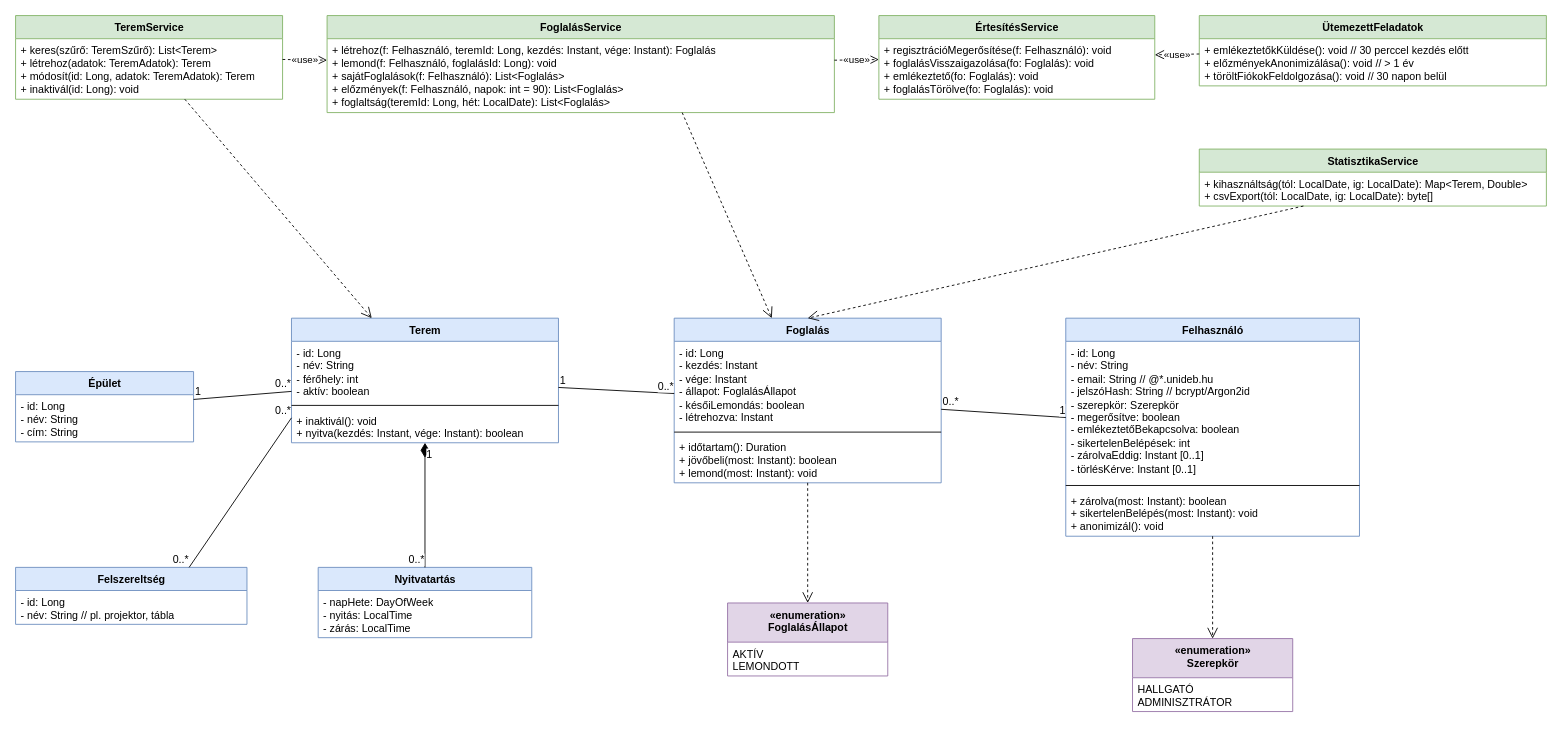
The draw.io diagram docs/architecture/osztalydiagram.drawio in hegedussz/taksflow, before the edit. Source tidied: cells renumbered, new cells numbered last; positions are measured from the earlier drawing's top-left corner, leaving out a move shared by most shapes. Both pictures are drawn from the tidied source at 89%, with x=0, y=0 at pixel (15, 15).
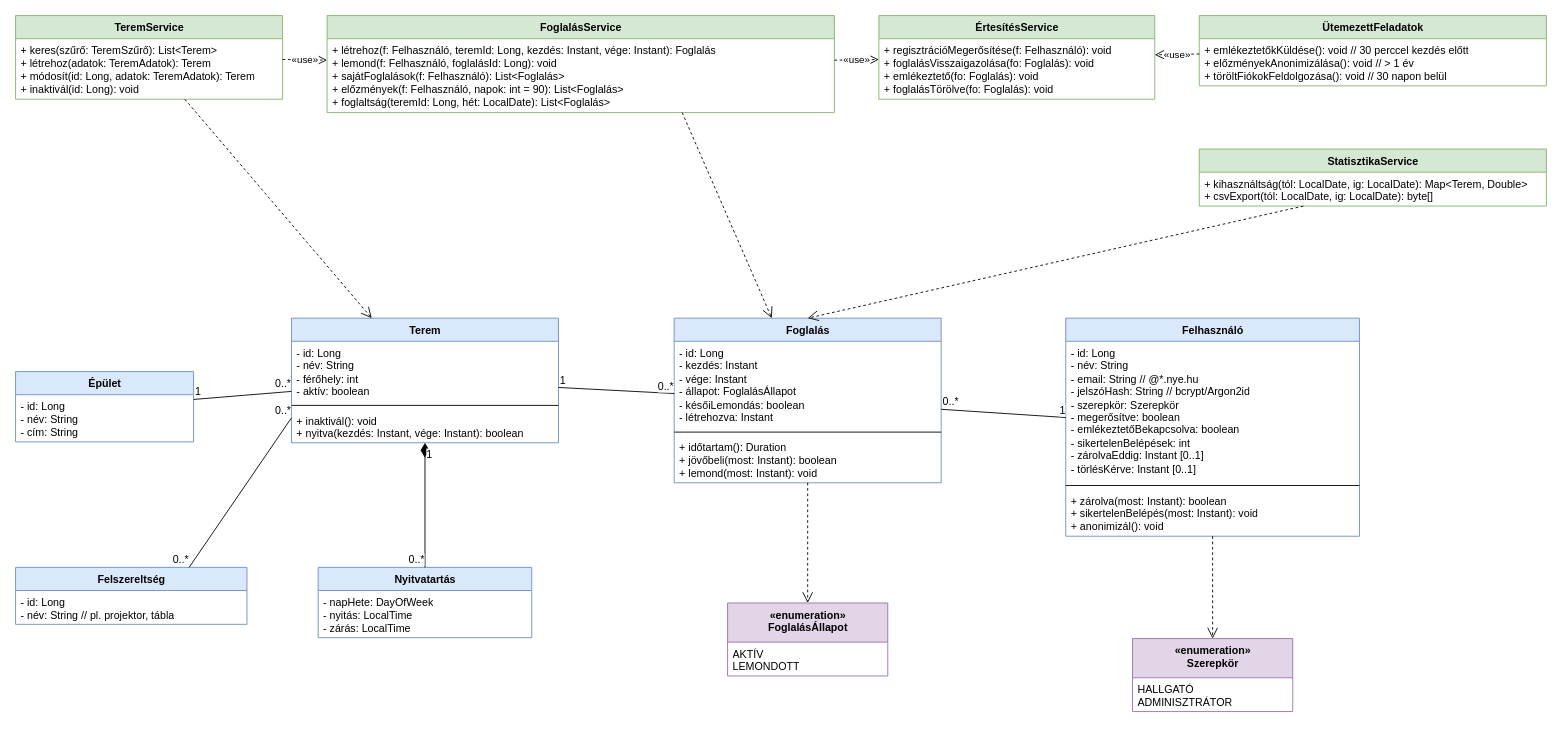
Above is the later version.

Unchanged cells that the change refers to:
```xml
<mxCell id="26" value="Felhasználó" style="swimlane;html=1;align=center;verticalAlign=top;horizontal=1;startSize=26;fontSize=12;fontStyle=1;fillColor=#dae8fc;strokeColor=#6c8ebf;swimlaneFillColor=#ffffff;" parent="1" vertex="1">
  <mxGeometry x="1180" y="340" width="330" height="245" as="geometry" />
</mxCell>
```

The edit, as a diff of the source:
```diff
@@
-    <mxCell id="27" value="- id: Long&lt;br&gt;- név: String&lt;br&gt;- email: String   // @*.unideb.hu&lt;br&gt;- jelszóHash: String   // bcrypt/Argon2id&lt;br&gt;- szerepkör: Szerepkör&lt;br&gt;- megerősítve: boolean&lt;br&gt;- emlékeztetőBekapcsolva: boolean&lt;br&gt;- sikertelenBelépések: int&lt;br&gt;- zárolvaEddig: Instant [0..1]&lt;br&gt;- törlésKérve: Instant [0..1]" style="text;strokeColor=none;fillColor=none;align=left;verticalAlign=top;spacingLeft=4;spacingRight=4;overflow=hidden;html=1;fontSize=12;" parent="26" vertex="1">
+    <mxCell id="27" value="- id: Long&lt;br&gt;- név: String&lt;br&gt;- email: String   // @*.nye.hu&lt;br&gt;- jelszóHash: String   // bcrypt/Argon2id&lt;br&gt;- szerepkör: Szerepkör&lt;br&gt;- megerősítve: boolean&lt;br&gt;- emlékeztetőBekapcsolva: boolean&lt;br&gt;- sikertelenBelépések: int&lt;br&gt;- zárolvaEddig: Instant [0..1]&lt;br&gt;- törlésKérve: Instant [0..1]" style="text;strokeColor=none;fillColor=none;align=left;verticalAlign=top;spacingLeft=4;spacingRight=4;overflow=hidden;html=1;fontSize=12;" parent="26" vertex="1">
       <mxGeometry y="26" width="330" height="158" as="geometry" />
     </mxCell>
```
